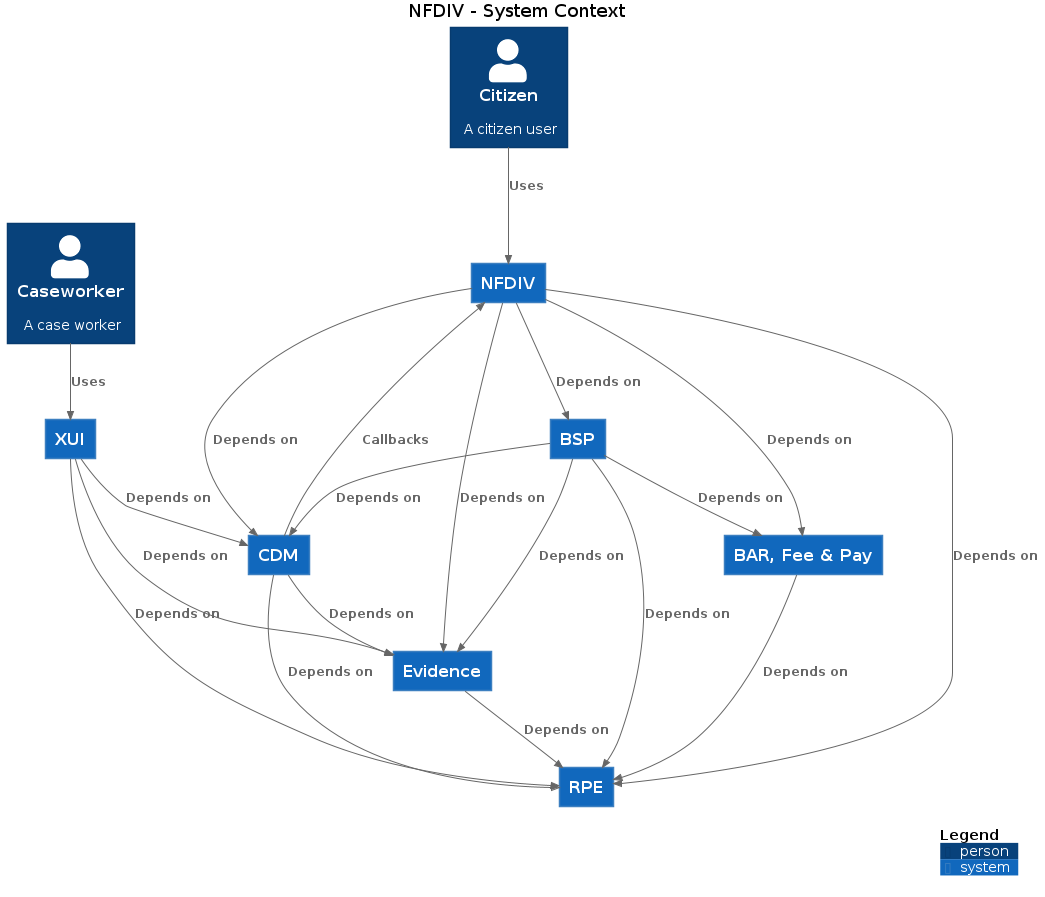
Earlier version of the PlantUML export docs/c4/nfdiv/images/structurizr-nfdiv-context.png (hmcts/cnp-api-docs).
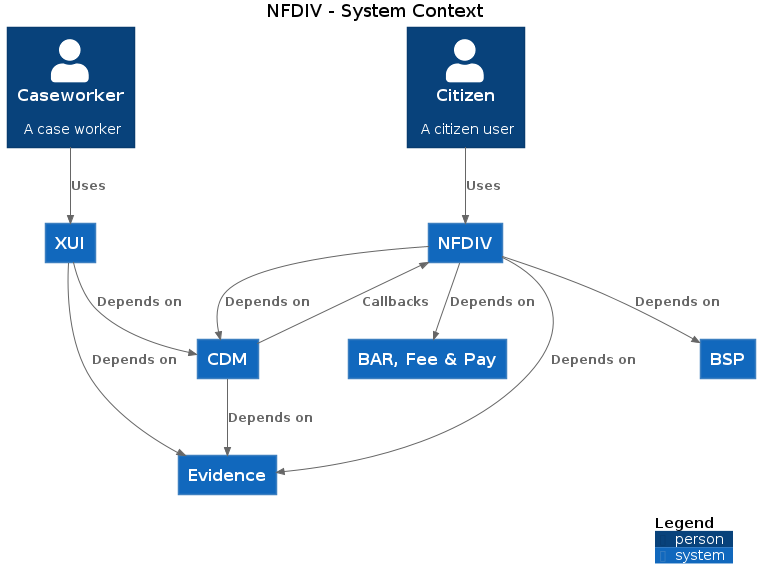
Above is the later version.

Change to the diagram source:
```diff
@@ -9,25 +9,15 @@
 System(NFDIV, "NFDIV", "")
 System(CDM, "CDM", "")
 System(Evidence, "Evidence", "")
-System(RPE, "RPE", "")
 System(BSP, "BSP", "")
 System(XUI, "XUI", "")
 Person(Citizen, "Citizen", "A citizen user")
 Person(Caseworker, "Caseworker", "A case worker")
 System(BARFeePay, "BAR, Fee & Pay", "")
 
-Rel_D(BARFeePay, RPE, "Depends on")
-Rel_D(CDM, RPE, "Depends on")
 Rel_D(CDM, Evidence, "Depends on")
-Rel_D(Evidence, RPE, "Depends on")
-Rel_D(BSP, RPE, "Depends on")
-Rel_D(BSP, Evidence, "Depends on")
-Rel_D(BSP, CDM, "Depends on")
-Rel_D(BSP, BARFeePay, "Depends on")
-Rel_D(XUI, RPE, "Depends on")
 Rel_D(XUI, Evidence, "Depends on")
 Rel_D(XUI, CDM, "Depends on")
-Rel_D(NFDIV, RPE, "Depends on")
 Rel_D(NFDIV, CDM, "Depends on")
 Rel_D(NFDIV, BARFeePay, "Depends on")
 Rel_D(NFDIV, Evidence, "Depends on")
```
